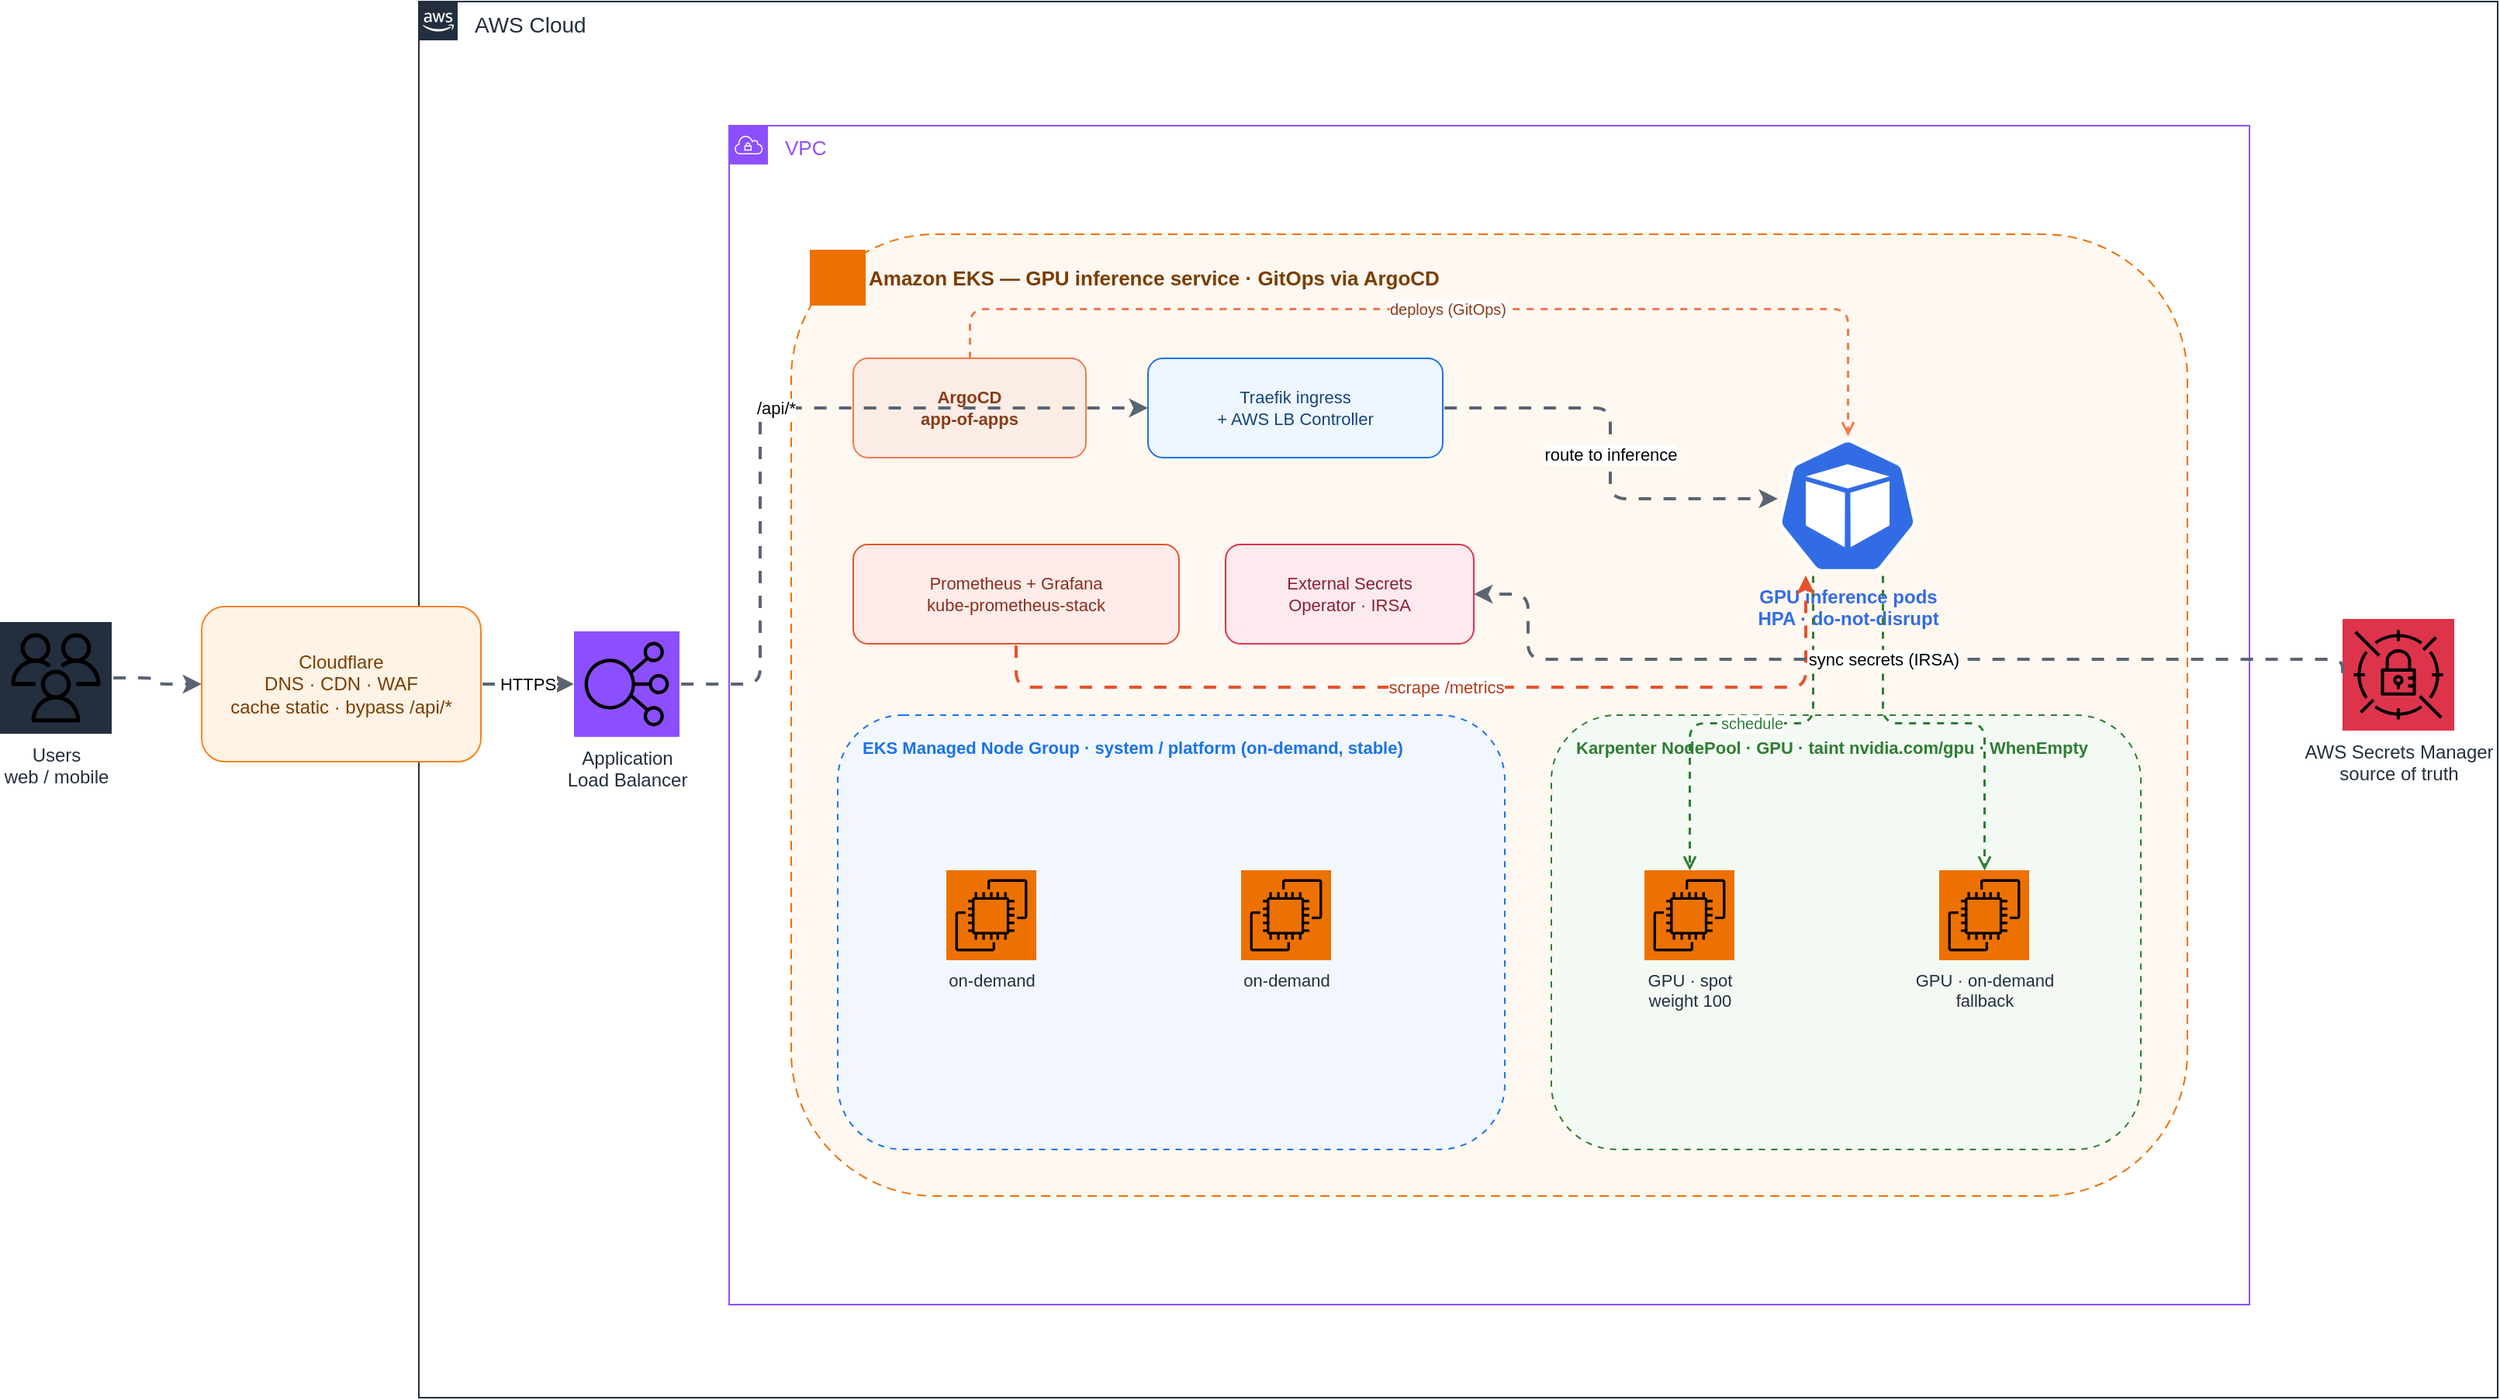
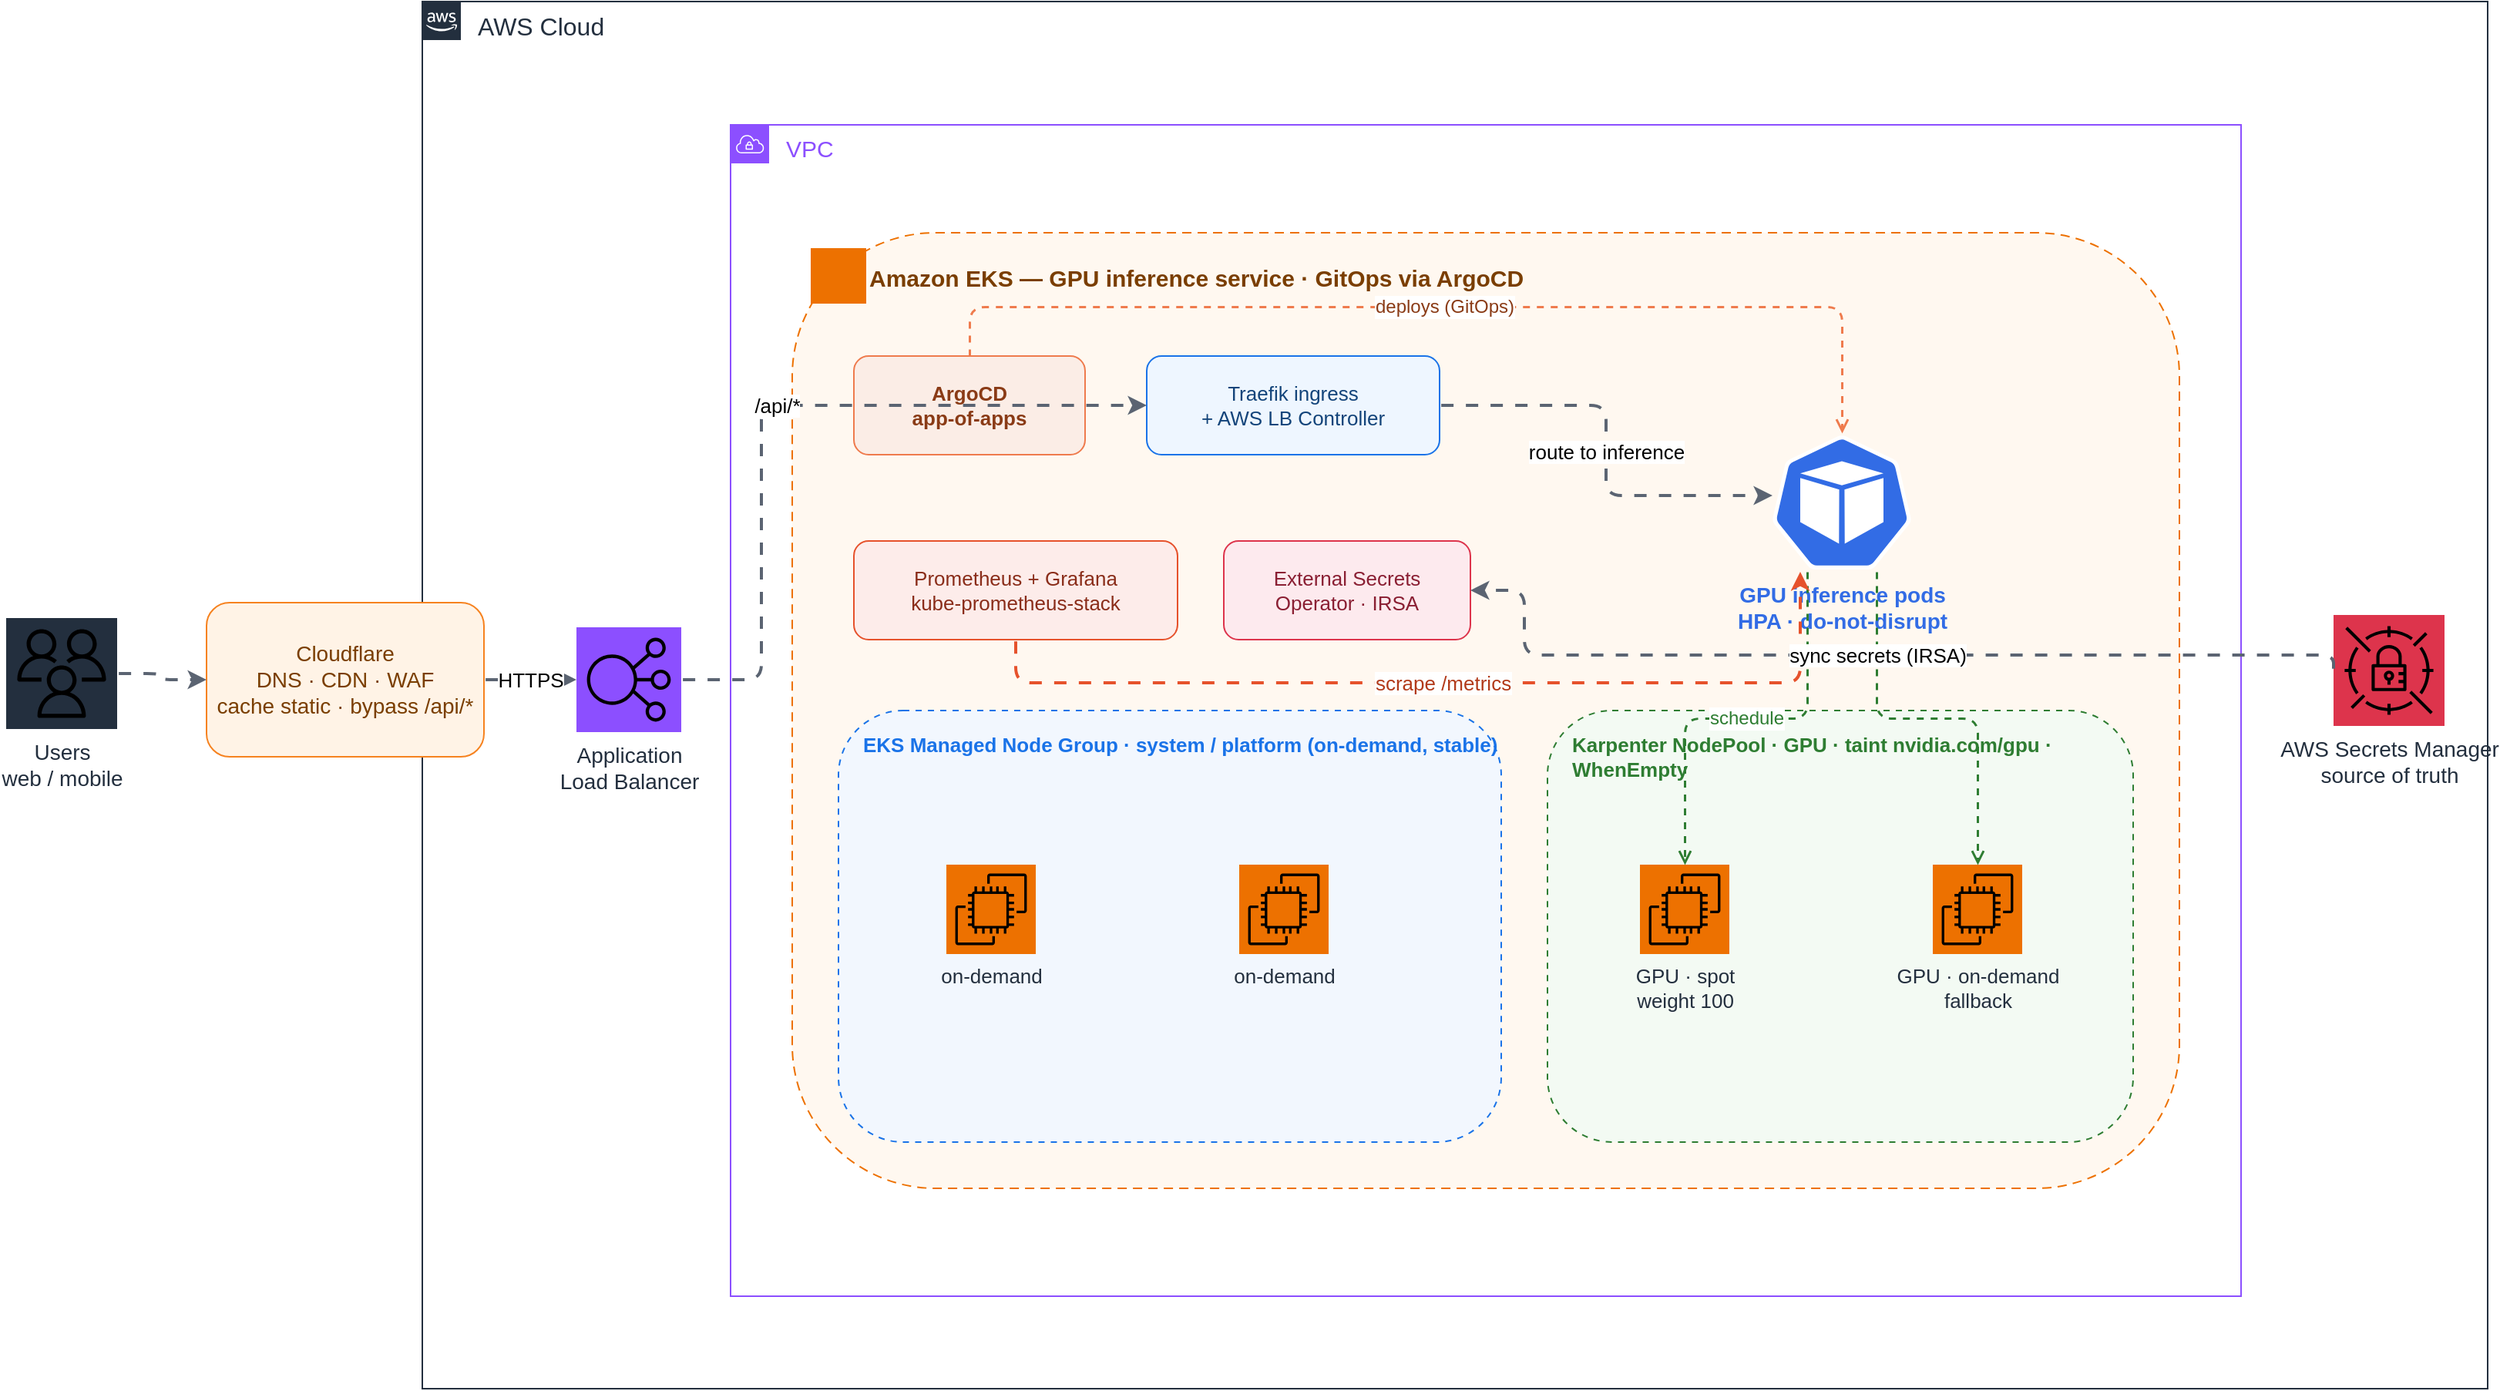
<mxfile host="app.diagrams.net" type="device">
  <diagram name="aws-production" id="aws-prod">
-     <mxGraphModel dx="1600" dy="1000" grid="0" gridSize="10" guides="1" tooltips="1" connect="1" arrows="1" fold="1" page="1" pageScale="1" pageWidth="1700" pageHeight="980" math="0" shadow="0">
+     <mxGraphModel background="#FFFFFF" dx="1600" dy="1000" grid="0" gridSize="10" guides="1" tooltips="1" connect="1" arrows="1" fold="1" page="1" pageScale="1" pageWidth="1700" pageHeight="980" math="0" shadow="0">
      <root>
        <mxCell id="0"/>
        <mxCell id="1" parent="0"/>

-         <mxCell id="awscloud" value="AWS Cloud" style="sketch=0;outlineConnect=0;gradientColor=none;html=1;whiteSpace=wrap;fontSize=14;fontStyle=0;container=0;pointerEvents=0;collapsible=0;recursiveResize=0;shape=mxgraph.aws4.group;grIcon=mxgraph.aws4.group_aws_cloud_alt;strokeColor=#232F3E;fillColor=none;verticalAlign=top;align=left;spacingLeft=34;fontColor=#232F3E;dashed=0;" vertex="1" parent="1"><mxGeometry x="320" y="40" width="1340" height="900" as="geometry"/></mxCell>
-         <mxCell id="vpc" value="VPC" style="sketch=0;outlineConnect=0;gradientColor=none;html=1;whiteSpace=wrap;fontSize=13;fontStyle=0;container=0;pointerEvents=0;collapsible=0;recursiveResize=0;shape=mxgraph.aws4.group;grIcon=mxgraph.aws4.group_vpc;strokeColor=#8C4FFF;fillColor=none;verticalAlign=top;align=left;spacingLeft=34;fontColor=#8C4FFF;dashed=0;" vertex="1" parent="1"><mxGeometry x="520" y="120" width="980" height="760" as="geometry"/></mxCell>
-         <mxCell id="eksgrp" value="Amazon EKS   —   GPU inference service · GitOps via ArgoCD" style="rounded=1;whiteSpace=wrap;html=1;dashed=1;dashPattern=6 4;strokeColor=#ED7100;fillColor=#FFF8F0;verticalAlign=top;align=left;spacingLeft=48;spacingTop=14;fontSize=13;fontStyle=1;fontColor=#7A3E00;" vertex="1" parent="1"><mxGeometry x="560" y="190" width="900" height="620" as="geometry"/></mxCell>
-         <mxCell id="mng" value="EKS Managed Node Group   ·   system / platform   (on-demand, stable)" style="rounded=1;whiteSpace=wrap;html=1;dashed=1;dashPattern=4 4;strokeColor=#1A73E8;fillColor=#F2F7FE;verticalAlign=top;align=left;spacingLeft=14;spacingTop=8;fontSize=11;fontStyle=1;fontColor=#1A73E8;" vertex="1" parent="1"><mxGeometry x="590" y="500" width="430" height="280" as="geometry"/></mxCell>
-         <mxCell id="npgpu" value="Karpenter NodePool · GPU   ·   taint nvidia.com/gpu · WhenEmpty" style="rounded=1;whiteSpace=wrap;html=1;dashed=1;dashPattern=4 4;strokeColor=#2E7D32;fillColor=#F3FAF3;verticalAlign=top;align=left;spacingLeft=14;spacingTop=8;fontSize=11;fontStyle=1;fontColor=#2E7D32;" vertex="1" parent="1"><mxGeometry x="1050" y="500" width="380" height="280" as="geometry"/></mxCell>
+         <mxCell id="awscloud" value="AWS Cloud" style="sketch=0;outlineConnect=0;gradientColor=none;html=1;whiteSpace=wrap;fontSize=16;fontStyle=0;container=0;pointerEvents=0;collapsible=0;recursiveResize=0;shape=mxgraph.aws4.group;grIcon=mxgraph.aws4.group_aws_cloud_alt;strokeColor=#232F3E;fillColor=none;verticalAlign=top;align=left;spacingLeft=34;fontColor=#232F3E;dashed=0;" vertex="1" parent="1"><mxGeometry x="320" y="40" width="1340" height="900" as="geometry"/></mxCell>
+         <mxCell id="vpc" value="VPC" style="sketch=0;outlineConnect=0;gradientColor=none;html=1;whiteSpace=wrap;fontSize=15;fontStyle=0;container=0;pointerEvents=0;collapsible=0;recursiveResize=0;shape=mxgraph.aws4.group;grIcon=mxgraph.aws4.group_vpc;strokeColor=#8C4FFF;fillColor=none;verticalAlign=top;align=left;spacingLeft=34;fontColor=#8C4FFF;dashed=0;" vertex="1" parent="1"><mxGeometry x="520" y="120" width="980" height="760" as="geometry"/></mxCell>
+         <mxCell id="eksgrp" value="Amazon EKS   —   GPU inference service · GitOps via ArgoCD" style="rounded=1;whiteSpace=wrap;html=1;dashed=1;dashPattern=6 4;strokeColor=#ED7100;fillColor=#FFF8F0;verticalAlign=top;align=left;spacingLeft=48;spacingTop=14;fontSize=15;fontStyle=1;fontColor=#7A3E00;" vertex="1" parent="1"><mxGeometry x="560" y="190" width="900" height="620" as="geometry"/></mxCell>
+         <mxCell id="mng" value="EKS Managed Node Group   ·   system / platform   (on-demand, stable)" style="rounded=1;whiteSpace=wrap;html=1;dashed=1;dashPattern=4 4;strokeColor=#1A73E8;fillColor=#F2F7FE;verticalAlign=top;align=left;spacingLeft=14;spacingTop=8;fontSize=13;fontStyle=1;fontColor=#1A73E8;" vertex="1" parent="1"><mxGeometry x="590" y="500" width="430" height="280" as="geometry"/></mxCell>
+         <mxCell id="npgpu" value="Karpenter NodePool · GPU   ·   taint nvidia.com/gpu · WhenEmpty" style="rounded=1;whiteSpace=wrap;html=1;dashed=1;dashPattern=4 4;strokeColor=#2E7D32;fillColor=#F3FAF3;verticalAlign=top;align=left;spacingLeft=14;spacingTop=8;fontSize=13;fontStyle=1;fontColor=#2E7D32;" vertex="1" parent="1"><mxGeometry x="1050" y="500" width="380" height="280" as="geometry"/></mxCell>

-         <mxCell id="ekshdr" style="sketch=0;outlineConnect=0;fontColor=#232F3E;gradientColor=none;fillColor=#ED7100;strokeColor=none;dashed=0;verticalLabelPosition=right;verticalAlign=middle;align=left;spacingLeft=6;html=1;fontSize=10;fontStyle=0;aspect=fixed;shape=mxgraph.aws4.resourceIcon;resIcon=mxgraph.aws4.elastic_kubernetes_service;" vertex="1" parent="1"><mxGeometry x="572" y="200" width="36" height="36" as="geometry"/></mxCell>
+         <mxCell id="ekshdr" style="sketch=0;outlineConnect=0;fontColor=#232F3E;gradientColor=none;fillColor=#ED7100;strokeColor=none;dashed=0;verticalLabelPosition=right;verticalAlign=middle;align=left;spacingLeft=6;html=1;fontSize=12;fontStyle=0;aspect=fixed;shape=mxgraph.aws4.resourceIcon;resIcon=mxgraph.aws4.elastic_kubernetes_service;" vertex="1" parent="1"><mxGeometry x="572" y="200" width="36" height="36" as="geometry"/></mxCell>

-         <mxCell id="users" value="Users&#10;web / mobile" style="sketch=0;outlineConnect=0;fontColor=#232F3E;gradientColor=none;fillColor=#232F3E;strokeColor=none;dashed=0;verticalLabelPosition=bottom;verticalAlign=top;align=center;html=1;fontSize=12;fontStyle=0;aspect=fixed;shape=mxgraph.aws4.resourceIcon;resIcon=mxgraph.aws4.users;" vertex="1" parent="1"><mxGeometry x="50" y="440" width="72" height="72" as="geometry"/></mxCell>
-         <mxCell id="cf" value="Cloudflare&#10;DNS · CDN · WAF&#10;cache static · bypass /api/*" style="rounded=1;whiteSpace=wrap;html=1;fillColor=#FFF3E6;strokeColor=#F6821F;fontColor=#7A3E00;fontSize=12;" vertex="1" parent="1"><mxGeometry x="180" y="430" width="180" height="100" as="geometry"/></mxCell>
-         <mxCell id="alb" value="Application&#10;Load Balancer" style="sketch=0;outlineConnect=0;fontColor=#232F3E;gradientColor=none;fillColor=#8C4FFF;strokeColor=none;dashed=0;verticalLabelPosition=bottom;verticalAlign=top;align=center;html=1;fontSize=12;fontStyle=0;aspect=fixed;shape=mxgraph.aws4.resourceIcon;resIcon=mxgraph.aws4.elastic_load_balancing;" vertex="1" parent="1"><mxGeometry x="420" y="446" width="68" height="68" as="geometry"/></mxCell>
+         <mxCell id="users" value="Users&#10;web / mobile" style="sketch=0;outlineConnect=0;fontColor=#232F3E;gradientColor=none;fillColor=#232F3E;strokeColor=none;dashed=0;verticalLabelPosition=bottom;verticalAlign=top;align=center;html=1;fontSize=14;fontStyle=0;aspect=fixed;shape=mxgraph.aws4.resourceIcon;resIcon=mxgraph.aws4.users;" vertex="1" parent="1"><mxGeometry x="50" y="440" width="72" height="72" as="geometry"/></mxCell>
+         <mxCell id="cf" value="Cloudflare&#10;DNS · CDN · WAF&#10;cache static · bypass /api/*" style="rounded=1;whiteSpace=wrap;html=1;fillColor=#FFF3E6;strokeColor=#F6821F;fontColor=#7A3E00;fontSize=14;" vertex="1" parent="1"><mxGeometry x="180" y="430" width="180" height="100" as="geometry"/></mxCell>
+         <mxCell id="alb" value="Application&#10;Load Balancer" style="sketch=0;outlineConnect=0;fontColor=#232F3E;gradientColor=none;fillColor=#8C4FFF;strokeColor=none;dashed=0;verticalLabelPosition=bottom;verticalAlign=top;align=center;html=1;fontSize=14;fontStyle=0;aspect=fixed;shape=mxgraph.aws4.resourceIcon;resIcon=mxgraph.aws4.elastic_load_balancing;" vertex="1" parent="1"><mxGeometry x="420" y="446" width="68" height="68" as="geometry"/></mxCell>

-         <mxCell id="argocd" value="ArgoCD&#10;app-of-apps" style="rounded=1;whiteSpace=wrap;html=1;fillColor=#FBEDE6;strokeColor=#EF7B4D;fontColor=#8A3B16;fontSize=11;fontStyle=1;" vertex="1" parent="1"><mxGeometry x="600" y="270" width="150" height="64" as="geometry"/></mxCell>
-         <mxCell id="traefik" value="Traefik ingress&#10;+ AWS LB Controller" style="rounded=1;whiteSpace=wrap;html=1;fillColor=#EEF6FF;strokeColor=#1A73E8;fontColor=#13447A;fontSize=11;" vertex="1" parent="1"><mxGeometry x="790" y="270" width="190" height="64" as="geometry"/></mxCell>
-         <mxCell id="prom" value="Prometheus + Grafana&#10;kube-prometheus-stack" style="rounded=1;whiteSpace=wrap;html=1;fillColor=#FDECEA;strokeColor=#E6522C;fontColor=#8A2D1A;fontSize=11;" vertex="1" parent="1"><mxGeometry x="600" y="390" width="210" height="64" as="geometry"/></mxCell>
-         <mxCell id="eso" value="External Secrets&#10;Operator · IRSA" style="rounded=1;whiteSpace=wrap;html=1;fillColor=#FDEAEE;strokeColor=#DD344C;fontColor=#8A1F33;fontSize=11;" vertex="1" parent="1"><mxGeometry x="840" y="390" width="160" height="64" as="geometry"/></mxCell>
+         <mxCell id="argocd" value="ArgoCD&#10;app-of-apps" style="rounded=1;whiteSpace=wrap;html=1;fillColor=#FBEDE6;strokeColor=#EF7B4D;fontColor=#8A3B16;fontSize=13;fontStyle=1;" vertex="1" parent="1"><mxGeometry x="600" y="270" width="150" height="64" as="geometry"/></mxCell>
+         <mxCell id="traefik" value="Traefik ingress&#10;+ AWS LB Controller" style="rounded=1;whiteSpace=wrap;html=1;fillColor=#EEF6FF;strokeColor=#1A73E8;fontColor=#13447A;fontSize=13;" vertex="1" parent="1"><mxGeometry x="790" y="270" width="190" height="64" as="geometry"/></mxCell>
+         <mxCell id="prom" value="Prometheus + Grafana&#10;kube-prometheus-stack" style="rounded=1;whiteSpace=wrap;html=1;fillColor=#FDECEA;strokeColor=#E6522C;fontColor=#8A2D1A;fontSize=13;" vertex="1" parent="1"><mxGeometry x="600" y="390" width="210" height="64" as="geometry"/></mxCell>
+         <mxCell id="eso" value="External Secrets&#10;Operator · IRSA" style="rounded=1;whiteSpace=wrap;html=1;fillColor=#FDEAEE;strokeColor=#DD344C;fontColor=#8A1F33;fontSize=13;" vertex="1" parent="1"><mxGeometry x="840" y="390" width="160" height="64" as="geometry"/></mxCell>

-         <mxCell id="infer" value="GPU inference pods&#10;HPA · do-not-disrupt" style="sketch=0;outlineConnect=0;fontColor=#326CE5;gradientColor=none;fillColor=#326CE5;strokeColor=none;dashed=0;verticalLabelPosition=bottom;verticalAlign=top;align=center;html=1;fontSize=12;fontStyle=1;aspect=fixed;shape=mxgraph.kubernetes.icon;prIcon=pod;" vertex="1" parent="1"><mxGeometry x="1196" y="320" width="90" height="90" as="geometry"/></mxCell>
+         <mxCell id="infer" value="GPU inference pods&#10;HPA · do-not-disrupt" style="sketch=0;outlineConnect=0;fontColor=#326CE5;gradientColor=none;fillColor=#326CE5;strokeColor=none;dashed=0;verticalLabelPosition=bottom;verticalAlign=top;align=center;html=1;fontSize=14;fontStyle=1;aspect=fixed;shape=mxgraph.kubernetes.icon;prIcon=pod;" vertex="1" parent="1"><mxGeometry x="1196" y="320" width="90" height="90" as="geometry"/></mxCell>

-         <mxCell id="ec2m1" value="on-demand" style="sketch=0;outlineConnect=0;fontColor=#232F3E;gradientColor=none;fillColor=#ED7100;strokeColor=none;dashed=0;verticalLabelPosition=bottom;verticalAlign=top;align=center;html=1;fontSize=11;fontStyle=0;aspect=fixed;shape=mxgraph.aws4.resourceIcon;resIcon=mxgraph.aws4.ec2;" vertex="1" parent="1"><mxGeometry x="660" y="600" width="58" height="58" as="geometry"/></mxCell>
-         <mxCell id="ec2m2" value="on-demand" style="sketch=0;outlineConnect=0;fontColor=#232F3E;gradientColor=none;fillColor=#ED7100;strokeColor=none;dashed=0;verticalLabelPosition=bottom;verticalAlign=top;align=center;html=1;fontSize=11;fontStyle=0;aspect=fixed;shape=mxgraph.aws4.resourceIcon;resIcon=mxgraph.aws4.ec2;" vertex="1" parent="1"><mxGeometry x="850" y="600" width="58" height="58" as="geometry"/></mxCell>
-         <mxCell id="ec2gs" value="GPU · spot&#10;weight 100" style="sketch=0;outlineConnect=0;fontColor=#232F3E;gradientColor=none;fillColor=#ED7100;strokeColor=none;dashed=0;verticalLabelPosition=bottom;verticalAlign=top;align=center;html=1;fontSize=11;fontStyle=0;aspect=fixed;shape=mxgraph.aws4.resourceIcon;resIcon=mxgraph.aws4.ec2;" vertex="1" parent="1"><mxGeometry x="1110" y="600" width="58" height="58" as="geometry"/></mxCell>
-         <mxCell id="ec2go" value="GPU · on-demand&#10;fallback" style="sketch=0;outlineConnect=0;fontColor=#232F3E;gradientColor=none;fillColor=#ED7100;strokeColor=none;dashed=0;verticalLabelPosition=bottom;verticalAlign=top;align=center;html=1;fontSize=11;fontStyle=0;aspect=fixed;shape=mxgraph.aws4.resourceIcon;resIcon=mxgraph.aws4.ec2;" vertex="1" parent="1"><mxGeometry x="1300" y="600" width="58" height="58" as="geometry"/></mxCell>
+         <mxCell id="ec2m1" value="on-demand" style="sketch=0;outlineConnect=0;fontColor=#232F3E;gradientColor=none;fillColor=#ED7100;strokeColor=none;dashed=0;verticalLabelPosition=bottom;verticalAlign=top;align=center;html=1;fontSize=13;fontStyle=0;aspect=fixed;shape=mxgraph.aws4.resourceIcon;resIcon=mxgraph.aws4.ec2;" vertex="1" parent="1"><mxGeometry x="660" y="600" width="58" height="58" as="geometry"/></mxCell>
+         <mxCell id="ec2m2" value="on-demand" style="sketch=0;outlineConnect=0;fontColor=#232F3E;gradientColor=none;fillColor=#ED7100;strokeColor=none;dashed=0;verticalLabelPosition=bottom;verticalAlign=top;align=center;html=1;fontSize=13;fontStyle=0;aspect=fixed;shape=mxgraph.aws4.resourceIcon;resIcon=mxgraph.aws4.ec2;" vertex="1" parent="1"><mxGeometry x="850" y="600" width="58" height="58" as="geometry"/></mxCell>
+         <mxCell id="ec2gs" value="GPU · spot&#10;weight 100" style="sketch=0;outlineConnect=0;fontColor=#232F3E;gradientColor=none;fillColor=#ED7100;strokeColor=none;dashed=0;verticalLabelPosition=bottom;verticalAlign=top;align=center;html=1;fontSize=13;fontStyle=0;aspect=fixed;shape=mxgraph.aws4.resourceIcon;resIcon=mxgraph.aws4.ec2;" vertex="1" parent="1"><mxGeometry x="1110" y="600" width="58" height="58" as="geometry"/></mxCell>
+         <mxCell id="ec2go" value="GPU · on-demand&#10;fallback" style="sketch=0;outlineConnect=0;fontColor=#232F3E;gradientColor=none;fillColor=#ED7100;strokeColor=none;dashed=0;verticalLabelPosition=bottom;verticalAlign=top;align=center;html=1;fontSize=13;fontStyle=0;aspect=fixed;shape=mxgraph.aws4.resourceIcon;resIcon=mxgraph.aws4.ec2;" vertex="1" parent="1"><mxGeometry x="1300" y="600" width="58" height="58" as="geometry"/></mxCell>

-         <mxCell id="sm" value="AWS Secrets Manager&#10;source of truth" style="sketch=0;outlineConnect=0;fontColor=#232F3E;gradientColor=none;fillColor=#DD344C;strokeColor=none;dashed=0;verticalLabelPosition=bottom;verticalAlign=top;align=center;html=1;fontSize=12;fontStyle=0;aspect=fixed;shape=mxgraph.aws4.resourceIcon;resIcon=mxgraph.aws4.secrets_manager;" vertex="1" parent="1"><mxGeometry x="1560" y="438" width="72" height="72" as="geometry"/></mxCell>
+         <mxCell id="sm" value="AWS Secrets Manager&#10;source of truth" style="sketch=0;outlineConnect=0;fontColor=#232F3E;gradientColor=none;fillColor=#DD344C;strokeColor=none;dashed=0;verticalLabelPosition=bottom;verticalAlign=top;align=center;html=1;fontSize=14;fontStyle=0;aspect=fixed;shape=mxgraph.aws4.resourceIcon;resIcon=mxgraph.aws4.secrets_manager;" vertex="1" parent="1"><mxGeometry x="1560" y="438" width="72" height="72" as="geometry"/></mxCell>

        <mxCell id="e1" style="edgeStyle=orthogonalEdgeStyle;labelBackgroundColor=#FFFFFF;rounded=1;html=1;flowAnimation=1;strokeColor=#5B6472;strokeWidth=2;endArrow=classic;endFill=1;" edge="1" parent="1" source="users" target="cf"><mxGeometry relative="1" as="geometry"/></mxCell>
-         <mxCell id="e2" value="HTTPS" style="edgeStyle=orthogonalEdgeStyle;labelBackgroundColor=#FFFFFF;rounded=1;html=1;flowAnimation=1;strokeColor=#5B6472;strokeWidth=2;endArrow=classic;endFill=1;fontSize=11;" edge="1" parent="1" source="cf" target="alb"><mxGeometry relative="1" as="geometry"/></mxCell>
-         <mxCell id="e3" value="/api/*" style="edgeStyle=orthogonalEdgeStyle;labelBackgroundColor=#FFFFFF;rounded=1;html=1;flowAnimation=1;strokeColor=#5B6472;strokeWidth=2;endArrow=classic;endFill=1;fontSize=11;entryX=0;entryY=0.5;entryDx=0;entryDy=0;" edge="1" parent="1" source="alb" target="traefik"><mxGeometry relative="1" as="geometry"><Array as="points"><mxPoint x="540" y="302"/></Array></mxGeometry></mxCell>
-         <mxCell id="e3b" value="route to inference" style="edgeStyle=orthogonalEdgeStyle;labelBackgroundColor=#FFFFFF;rounded=1;html=1;flowAnimation=1;strokeColor=#5B6472;strokeWidth=2;endArrow=classic;endFill=1;fontSize=11;exitX=1;exitY=0.5;exitDx=0;exitDy=0;entryX=0;entryY=0.45;entryDx=0;entryDy=0;" edge="1" parent="1" source="traefik" target="infer"><mxGeometry relative="1" as="geometry"/></mxCell>
-         <mxCell id="e4" value="schedule" style="edgeStyle=orthogonalEdgeStyle;labelBackgroundColor=#FFFFFF;rounded=1;html=1;dashed=1;strokeColor=#2E7D32;strokeWidth=1.5;endArrow=open;fontSize=10;fontColor=#2E7D32;exitX=0.25;exitY=1;exitDx=0;exitDy=0;entryX=0.5;entryY=0;entryDx=0;entryDy=0;" edge="1" parent="1" source="infer" target="ec2gs"><mxGeometry relative="1" as="geometry"/></mxCell>
+         <mxCell id="e2" value="HTTPS" style="edgeStyle=orthogonalEdgeStyle;labelBackgroundColor=#FFFFFF;rounded=1;html=1;flowAnimation=1;strokeColor=#5B6472;strokeWidth=2;endArrow=classic;endFill=1;fontSize=13;" edge="1" parent="1" source="cf" target="alb"><mxGeometry relative="1" as="geometry"/></mxCell>
+         <mxCell id="e3" value="/api/*" style="edgeStyle=orthogonalEdgeStyle;labelBackgroundColor=#FFFFFF;rounded=1;html=1;flowAnimation=1;strokeColor=#5B6472;strokeWidth=2;endArrow=classic;endFill=1;fontSize=13;entryX=0;entryY=0.5;entryDx=0;entryDy=0;" edge="1" parent="1" source="alb" target="traefik"><mxGeometry relative="1" as="geometry"><Array as="points"><mxPoint x="540" y="302"/></Array></mxGeometry></mxCell>
+         <mxCell id="e3b" value="route to inference" style="edgeStyle=orthogonalEdgeStyle;labelBackgroundColor=#FFFFFF;rounded=1;html=1;flowAnimation=1;strokeColor=#5B6472;strokeWidth=2;endArrow=classic;endFill=1;fontSize=13;exitX=1;exitY=0.5;exitDx=0;exitDy=0;entryX=0;entryY=0.45;entryDx=0;entryDy=0;" edge="1" parent="1" source="traefik" target="infer"><mxGeometry relative="1" as="geometry"/></mxCell>
+         <mxCell id="e4" value="schedule" style="edgeStyle=orthogonalEdgeStyle;labelBackgroundColor=#FFFFFF;rounded=1;html=1;dashed=1;strokeColor=#2E7D32;strokeWidth=1.5;endArrow=open;fontSize=12;fontColor=#2E7D32;exitX=0.25;exitY=1;exitDx=0;exitDy=0;entryX=0.5;entryY=0;entryDx=0;entryDy=0;" edge="1" parent="1" source="infer" target="ec2gs"><mxGeometry relative="1" as="geometry"/></mxCell>
        <mxCell id="e5" style="edgeStyle=orthogonalEdgeStyle;labelBackgroundColor=#FFFFFF;rounded=1;html=1;dashed=1;strokeColor=#2E7D32;strokeWidth=1.5;endArrow=open;exitX=0.75;exitY=1;exitDx=0;exitDy=0;entryX=0.5;entryY=0;entryDx=0;entryDy=0;" edge="1" parent="1" source="infer" target="ec2go"><mxGeometry relative="1" as="geometry"/></mxCell>
-         <mxCell id="escrape" value="scrape /metrics" style="edgeStyle=orthogonalEdgeStyle;labelBackgroundColor=#FFFFFF;rounded=1;html=1;flowAnimation=1;strokeColor=#E6522C;strokeWidth=2;endArrow=classic;endFill=1;fontSize=11;fontColor=#B23A1A;exitX=0.5;exitY=1;exitDx=0;exitDy=0;entryX=0.2;entryY=1;entryDx=0;entryDy=0;" edge="1" parent="1" source="prom" target="infer"><mxGeometry relative="1" as="geometry"><Array as="points"><mxPoint x="705" y="482"/><mxPoint x="1214" y="482"/></Array></mxGeometry></mxCell>
-         <mxCell id="egit" value="deploys (GitOps)" style="edgeStyle=orthogonalEdgeStyle;labelBackgroundColor=#FFFFFF;rounded=1;html=1;dashed=1;strokeColor=#EF7B4D;strokeWidth=1.5;endArrow=open;fontSize=10;fontColor=#8A3B16;exitX=0.5;exitY=0;exitDx=0;exitDy=0;entryX=0.5;entryY=0;entryDx=0;entryDy=0;" edge="1" parent="1" source="argocd" target="infer"><mxGeometry relative="1" as="geometry"><Array as="points"><mxPoint x="675" y="238"/><mxPoint x="1241" y="238"/></Array></mxGeometry></mxCell>
-         <mxCell id="esync" value="sync secrets (IRSA)" style="edgeStyle=orthogonalEdgeStyle;labelBackgroundColor=#FFFFFF;rounded=1;html=1;flowAnimation=1;strokeColor=#5B6472;strokeWidth=2;endArrow=classic;endFill=1;fontSize=11;exitX=0;exitY=0.5;exitDx=0;exitDy=0;entryX=1;entryY=0.5;entryDx=0;entryDy=0;" edge="1" parent="1" source="sm" target="eso"><mxGeometry relative="1" as="geometry"><Array as="points"><mxPoint x="1035" y="464"/></Array></mxGeometry></mxCell>
+         <mxCell id="escrape" value="scrape /metrics" style="edgeStyle=orthogonalEdgeStyle;labelBackgroundColor=#FFFFFF;rounded=1;html=1;flowAnimation=1;strokeColor=#E6522C;strokeWidth=2;endArrow=classic;endFill=1;fontSize=13;fontColor=#B23A1A;exitX=0.5;exitY=1;exitDx=0;exitDy=0;entryX=0.2;entryY=1;entryDx=0;entryDy=0;" edge="1" parent="1" source="prom" target="infer"><mxGeometry relative="1" as="geometry"><Array as="points"><mxPoint x="705" y="482"/><mxPoint x="1214" y="482"/></Array></mxGeometry></mxCell>
+         <mxCell id="egit" value="deploys (GitOps)" style="edgeStyle=orthogonalEdgeStyle;labelBackgroundColor=#FFFFFF;rounded=1;html=1;dashed=1;strokeColor=#EF7B4D;strokeWidth=1.5;endArrow=open;fontSize=12;fontColor=#8A3B16;exitX=0.5;exitY=0;exitDx=0;exitDy=0;entryX=0.5;entryY=0;entryDx=0;entryDy=0;" edge="1" parent="1" source="argocd" target="infer"><mxGeometry relative="1" as="geometry"><Array as="points"><mxPoint x="675" y="238"/><mxPoint x="1241" y="238"/></Array></mxGeometry></mxCell>
+         <mxCell id="esync" value="sync secrets (IRSA)" style="edgeStyle=orthogonalEdgeStyle;labelBackgroundColor=#FFFFFF;rounded=1;html=1;flowAnimation=1;strokeColor=#5B6472;strokeWidth=2;endArrow=classic;endFill=1;fontSize=13;exitX=0;exitY=0.5;exitDx=0;exitDy=0;entryX=1;entryY=0.5;entryDx=0;entryDy=0;" edge="1" parent="1" source="sm" target="eso"><mxGeometry relative="1" as="geometry"><Array as="points"><mxPoint x="1035" y="464"/></Array></mxGeometry></mxCell>
      </root>
    </mxGraphModel>
  </diagram>
</mxfile>
